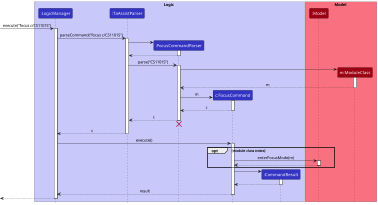
nus-cs2103-AY2223S1/tp keeps this PlantUML diagram as docs/images/FocusCommandSequenceDiagram.png. Above is the earlier version.
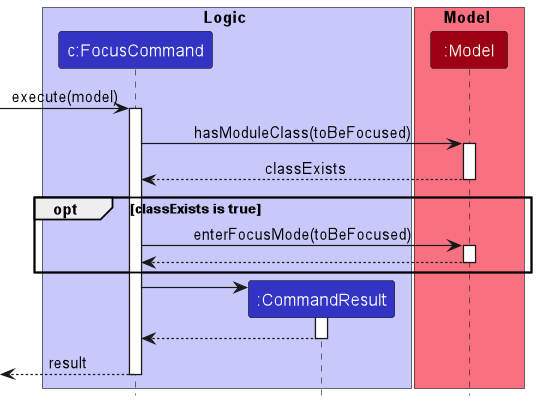
Above is the later version.

What changed in the source:
```diff
@@ -2,63 +2,25 @@
 !include style.puml
 
 box Logic LOGIC_COLOR_T1
-participant ":LogicManager" as LogicManager LOGIC_COLOR
-participant ":TaAssistParser" as TaAssistParser LOGIC_COLOR
-participant ":FocusCommandParser" as FocusCommandParser LOGIC_COLOR
 participant "c:FocusCommand" as FocusCommand LOGIC_COLOR
 participant ":CommandResult" as CommandResult LOGIC_COLOR
 end box
 
 box Model MODEL_COLOR_T1
 participant ":Model" as Model MODEL_COLOR
-participant "m:ModuleClass" as ModuleClass MODEL_COLOR
 end box
 
-[-> LogicManager : execute("focus c/CS1101S")
-activate LogicManager
-
-LogicManager -> TaAssistParser : parseCommand("focus c/CS1101S")
-activate TaAssistParser
-
-create FocusCommandParser
-TaAssistParser -> FocusCommandParser
-activate FocusCommandParser
-
-FocusCommandParser --> TaAssistParser
-deactivate FocusCommandParser
-
-TaAssistParser -> FocusCommandParser: parse("CS1101S")
-activate FocusCommandParser
-
-
-create ModuleClass
-FocusCommandParser -> ModuleClass
-activate ModuleClass
-
-ModuleClass --> FocusCommandParser: m
-deactivate ModuleClass
-
-
-create FocusCommand
-FocusCommandParser -> FocusCommand: m
+[-> FocusCommand: execute(model)
 activate FocusCommand
 
-FocusCommand --> FocusCommandParser: c
-deactivate FocusCommand
+FocusCommand -> Model: hasModuleClass(toBeFocused)
+activate Model
 
-FocusCommandParser --> TaAssistParser: c
-deactivate FocusCommandParser
-FocusCommandParser -[hidden]-> TaAssistParser
-destroy FocusCommandParser
+Model --> FocusCommand: classExists
+deactivate Model
 
-TaAssistParser --> LogicManager: c
-deactivate TaAssistParser
-
-LogicManager -> FocusCommand: execute()
-activate FocusCommand
-
-opt module class exists
-    FocusCommand -> Model: enterFocusMode(m)
+opt classExists is true
+    FocusCommand -> Model: enterFocusMode(toBeFocused)
     activate Model
     Model --> FocusCommand
     deactivate Model
@@ -71,10 +33,7 @@
 CommandResult --> FocusCommand
 deactivate CommandResult
 
-FocusCommand --> LogicManager: result
+FocusCommand -->[: result
 deactivate FocusCommand
 
-LogicManager -->[
-deactivate LogicManager
-
 @enduml
```
